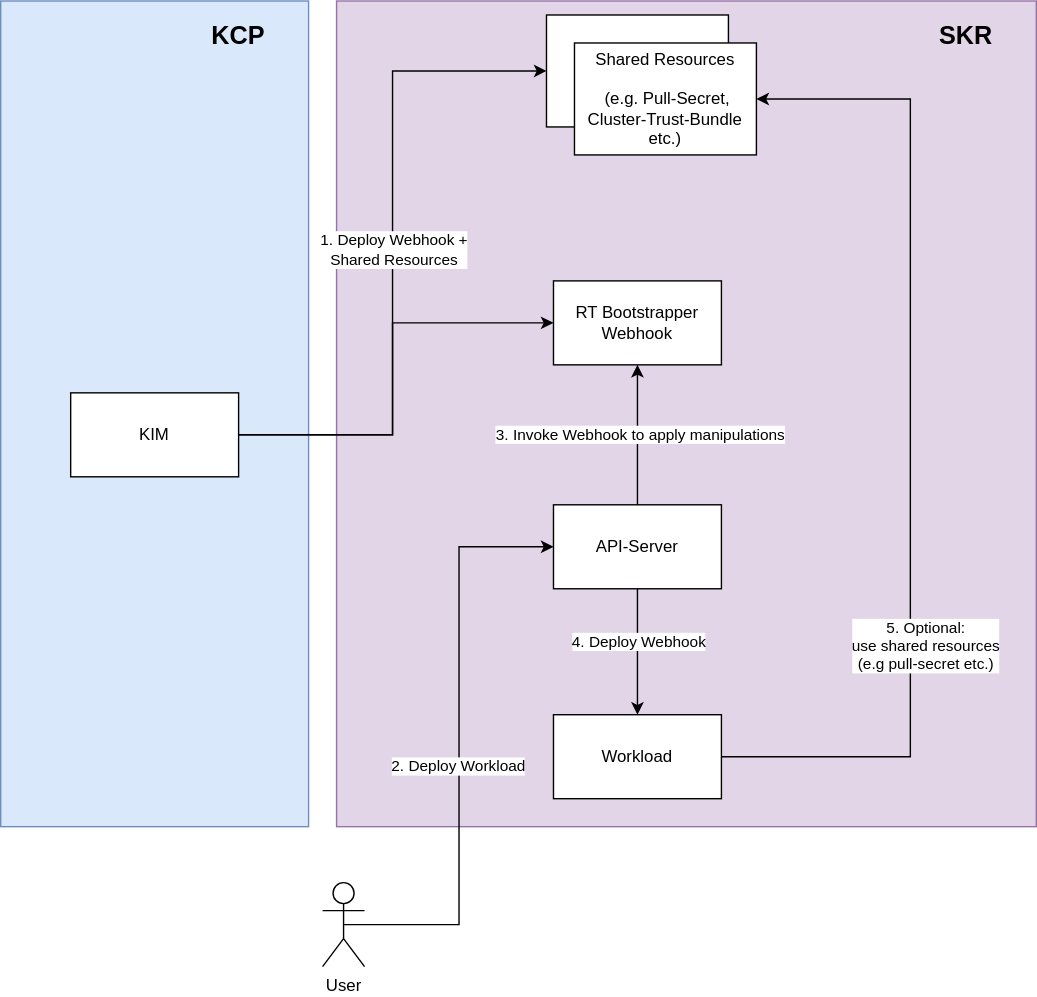
akgalwas/rt-bootstrapper keeps this draw.io diagram as docs/contributor/assets/high-level-arch.drawio.svg. Above is the earlier version. Source tidied: cells renumbered, new cells last; positions are measured from the earlier drawing's top-left corner, leaving out a move shared by most shapes. Source of this version:
```xml
<mxGraphModel>
  <root>
    <mxCell id="0" />
    <mxCell id="1" parent="0" />
    <mxCell id="2" style="rounded=0;whiteSpace=wrap;html=1;fillColor=#e1d5e7;strokeColor=#9673a6;" parent="1" vertex="1">
      <mxGeometry x="240" width="500" height="590" as="geometry" />
    </mxCell>
    <mxCell id="3" style="rounded=0;whiteSpace=wrap;html=1;fillColor=#dae8fc;strokeColor=#6c8ebf;" parent="1" vertex="1">
      <mxGeometry width="220" height="590" as="geometry" />
    </mxCell>
    <mxCell id="4" style="edgeStyle=orthogonalEdgeStyle;rounded=0;jettySize=auto;html=1;exitX=1;exitY=0.5;exitDx=0;exitDy=0;entryX=0;entryY=0.5;entryDx=0;entryDy=0;" parent="1" edge="1" source="7" target="13">
      <mxGeometry relative="1" as="geometry">
        <Array as="points">
          <mxPoint x="280" y="310" />
          <mxPoint x="280" y="230" />
        </Array>
      </mxGeometry>
    </mxCell>
    <mxCell id="5" style="edgeStyle=orthogonalEdgeStyle;rounded=0;jettySize=auto;html=1;exitX=1;exitY=0.5;exitDx=0;exitDy=0;entryX=0;entryY=0.5;entryDx=0;entryDy=0;" parent="1" edge="1" source="7" target="14">
      <mxGeometry relative="1" as="geometry" />
    </mxCell>
    <mxCell id="6" value="1. Deploy Webhook +&lt;div&gt;Shared Resources&lt;/div&gt;" style="edgeLabel;html=1;align=center;verticalAlign=middle;" parent="5" vertex="1">
      <mxGeometry x="0.01" relative="1" as="geometry" />
    </mxCell>
    <mxCell id="7" value="KIM" style="rounded=0;whiteSpace=wrap;html=1;" parent="1" vertex="1">
      <mxGeometry x="50" y="280" width="120" height="60" as="geometry" />
    </mxCell>
    <mxCell id="8" style="edgeStyle=orthogonalEdgeStyle;rounded=0;jettySize=auto;html=1;exitX=0.5;exitY=0;exitDx=0;exitDy=0;entryX=0.5;entryY=1;entryDx=0;entryDy=0;" parent="1" edge="1" source="12" target="13">
      <mxGeometry relative="1" as="geometry" />
    </mxCell>
    <mxCell id="9" value="3. Invoke Webhook to apply manipulations" style="edgeLabel;html=1;align=center;verticalAlign=middle;" parent="8" vertex="1">
      <mxGeometry x="0.02" y="-1" relative="1" as="geometry" />
    </mxCell>
    <mxCell id="10" style="edgeStyle=orthogonalEdgeStyle;rounded=0;jettySize=auto;html=1;exitX=0.5;exitY=1;exitDx=0;exitDy=0;entryX=0.5;entryY=0;entryDx=0;entryDy=0;" parent="1" edge="1" source="12" target="18">
      <mxGeometry relative="1" as="geometry" />
    </mxCell>
    <mxCell id="11" value="4. Deploy Webhook" style="edgeLabel;html=1;align=center;verticalAlign=middle;" parent="10" vertex="1">
      <mxGeometry x="-0.18" relative="1" as="geometry" />
    </mxCell>
    <mxCell id="12" value="API-Server" style="rounded=0;whiteSpace=wrap;html=1;" parent="1" vertex="1">
      <mxGeometry x="395" y="360" width="120" height="60" as="geometry" />
    </mxCell>
    <mxCell id="13" value="RT Bootstrapper&lt;div&gt;Webhook&lt;/div&gt;" style="rounded=0;whiteSpace=wrap;html=1;" parent="1" vertex="1">
      <mxGeometry x="395" y="200" width="120" height="60" as="geometry" />
    </mxCell>
    <mxCell id="14" style="rounded=0;whiteSpace=wrap;html=1;" parent="1" vertex="1">
      <mxGeometry x="390" y="10" width="130" height="80" as="geometry" />
    </mxCell>
    <mxCell id="15" value="Shared Resources&lt;div&gt;&lt;br&gt;&lt;/div&gt;&lt;div&gt;&amp;nbsp;(e.g. Pull-Secret, Cluster-Trust-Bundle etc.)&lt;/div&gt;" style="rounded=0;whiteSpace=wrap;html=1;" parent="1" vertex="1">
      <mxGeometry x="410" y="30" width="130" height="80" as="geometry" />
    </mxCell>
    <mxCell id="16" style="edgeStyle=orthogonalEdgeStyle;rounded=0;jettySize=auto;html=1;exitX=1;exitY=0.5;exitDx=0;exitDy=0;entryX=1;entryY=0.5;entryDx=0;entryDy=0;" parent="1" edge="1" source="18" target="15">
      <mxGeometry relative="1" as="geometry">
        <Array as="points">
          <mxPoint x="650" y="540" />
          <mxPoint x="650" y="70" />
        </Array>
      </mxGeometry>
    </mxCell>
    <mxCell id="17" value="5. Optional: &lt;br&gt;use shared resources&lt;div&gt;(e.g pull-secret etc.)&lt;/div&gt;" style="edgeLabel;html=1;align=center;verticalAlign=middle;" parent="16" vertex="1">
      <mxGeometry x="0.01" relative="1" as="geometry">
        <mxPoint x="10" y="147" as="offset" />
      </mxGeometry>
    </mxCell>
    <mxCell id="18" value="Workload" style="rounded=0;whiteSpace=wrap;html=1;" parent="1" vertex="1">
      <mxGeometry x="395" y="510" width="120" height="60" as="geometry" />
    </mxCell>
    <mxCell id="19" style="edgeStyle=orthogonalEdgeStyle;rounded=0;jettySize=auto;html=1;exitX=0.5;exitY=0.5;exitDx=0;exitDy=0;exitPerimeter=0;entryX=0;entryY=0.5;entryDx=0;entryDy=0;" parent="1" edge="1" source="21" target="12">
      <mxGeometry relative="1" as="geometry" />
    </mxCell>
    <mxCell id="20" value="2. Deploy Workload" style="edgeLabel;html=1;align=center;verticalAlign=middle;" parent="19" vertex="1">
      <mxGeometry x="-0.07" y="1" relative="1" as="geometry" />
    </mxCell>
    <mxCell id="21" value="User" style="shape=umlActor;verticalLabelPosition=bottom;verticalAlign=top;html=1;outlineConnect=0;" parent="1" vertex="1">
      <mxGeometry x="230" y="630" width="30" height="60" as="geometry" />
    </mxCell>
    <mxCell id="22" value="&lt;font style=&quot;font-size: 18px;&quot;&gt;&lt;b&gt;KCP&lt;/b&gt;&lt;/font&gt;" style="text;html=1;whiteSpace=wrap;strokeColor=none;fillColor=none;align=center;verticalAlign=middle;rounded=0;" parent="1" vertex="1">
      <mxGeometry x="140" y="10" width="60" height="30" as="geometry" />
    </mxCell>
    <mxCell id="23" value="&lt;font style=&quot;font-size: 18px;&quot;&gt;&lt;b&gt;SKR&lt;/b&gt;&lt;/font&gt;" style="text;html=1;whiteSpace=wrap;strokeColor=none;fillColor=none;align=center;verticalAlign=middle;rounded=0;" parent="1" vertex="1">
      <mxGeometry x="660" y="10" width="60" height="30" as="geometry" />
    </mxCell>
  </root>
</mxGraphModel>
```
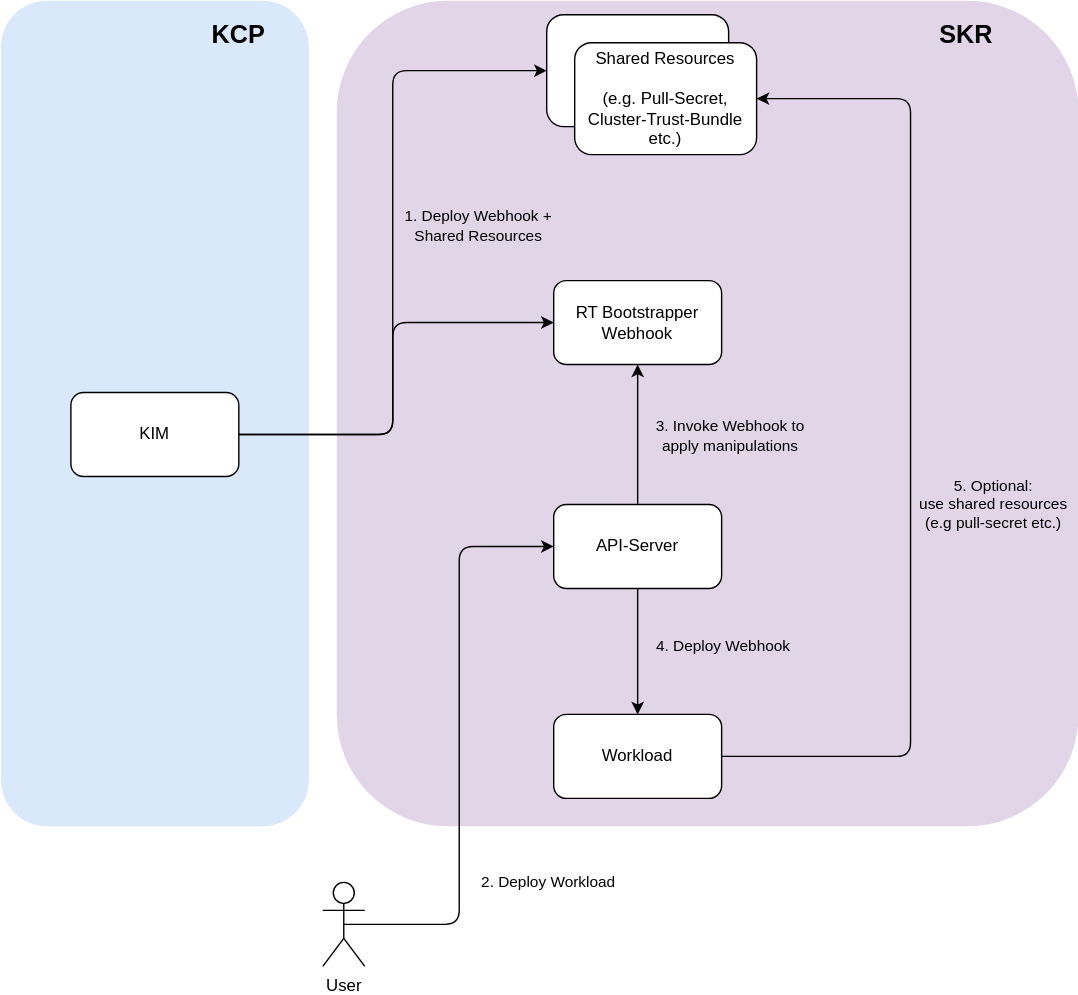
After the change.

The edit, as a diff of the source:
```diff
@@ -1,14 +1,14 @@
-<mxGraphModel>
+<mxGraphModel background="#ffffff">
   <root>
     <mxCell id="0" />
     <mxCell id="1" parent="0" />
-    <mxCell id="2" style="rounded=0;whiteSpace=wrap;html=1;fillColor=#e1d5e7;strokeColor=#9673a6;" parent="1" vertex="1">
-      <mxGeometry x="240" width="500" height="590" as="geometry" />
+    <mxCell id="2" style="rounded=1;whiteSpace=wrap;html=1;fillColor=#e1d5e7;strokeColor=none;" parent="1" vertex="1">
+      <mxGeometry x="240" width="530" height="590" as="geometry" />
     </mxCell>
-    <mxCell id="3" style="rounded=0;whiteSpace=wrap;html=1;fillColor=#dae8fc;strokeColor=#6c8ebf;" parent="1" vertex="1">
+    <mxCell id="3" style="rounded=1;whiteSpace=wrap;html=1;fillColor=#dae8fc;strokeColor=none;" parent="1" vertex="1">
       <mxGeometry width="220" height="590" as="geometry" />
     </mxCell>
-    <mxCell id="4" style="edgeStyle=orthogonalEdgeStyle;rounded=0;jettySize=auto;html=1;exitX=1;exitY=0.5;exitDx=0;exitDy=0;entryX=0;entryY=0.5;entryDx=0;entryDy=0;" parent="1" edge="1" source="7" target="13">
+    <mxCell id="4" style="edgeStyle=orthogonalEdgeStyle;rounded=1;jettySize=auto;html=1;exitX=1;exitY=0.5;exitDx=0;exitDy=0;entryX=0;entryY=0.5;entryDx=0;entryDy=0;curved=0;" parent="1" edge="1" source="7" target="13">
       <mxGeometry relative="1" as="geometry">
         <Array as="points">
           <mxPoint x="280" y="310" />
@@ -16,40 +16,46 @@
         </Array>
       </mxGeometry>
     </mxCell>
-    <mxCell id="5" style="edgeStyle=orthogonalEdgeStyle;rounded=0;jettySize=auto;html=1;exitX=1;exitY=0.5;exitDx=0;exitDy=0;entryX=0;entryY=0.5;entryDx=0;entryDy=0;" parent="1" edge="1" source="7" target="14">
+    <mxCell id="5" style="edgeStyle=orthogonalEdgeStyle;rounded=1;jettySize=auto;html=1;exitX=1;exitY=0.5;exitDx=0;exitDy=0;entryX=0;entryY=0.5;entryDx=0;entryDy=0;curved=0;" parent="1" edge="1" source="7" target="14">
       <mxGeometry relative="1" as="geometry" />
     </mxCell>
-    <mxCell id="6" value="1. Deploy Webhook +&lt;div&gt;Shared Resources&lt;/div&gt;" style="edgeLabel;html=1;align=center;verticalAlign=middle;" parent="5" vertex="1">
-      <mxGeometry x="0.01" relative="1" as="geometry" />
+    <mxCell id="6" value="1. Deploy Webhook +&lt;div&gt;Shared Resources&lt;/div&gt;" style="edgeLabel;html=1;align=center;verticalAlign=middle;labelBackgroundColor=none;" parent="5" vertex="1">
+      <mxGeometry x="0.01" relative="1" as="geometry">
+        <mxPoint x="60" y="-17" as="offset" />
+      </mxGeometry>
     </mxCell>
-    <mxCell id="7" value="KIM" style="rounded=0;whiteSpace=wrap;html=1;" parent="1" vertex="1">
+    <mxCell id="7" value="KIM" style="rounded=1;whiteSpace=wrap;html=1;" parent="1" vertex="1">
       <mxGeometry x="50" y="280" width="120" height="60" as="geometry" />
     </mxCell>
-    <mxCell id="8" style="edgeStyle=orthogonalEdgeStyle;rounded=0;jettySize=auto;html=1;exitX=0.5;exitY=0;exitDx=0;exitDy=0;entryX=0.5;entryY=1;entryDx=0;entryDy=0;" parent="1" edge="1" source="12" target="13">
+    <mxCell id="8" style="edgeStyle=orthogonalEdgeStyle;rounded=1;jettySize=auto;html=1;exitX=0.5;exitY=0;exitDx=0;exitDy=0;entryX=0.5;entryY=1;entryDx=0;entryDy=0;curved=0;" parent="1" edge="1" source="12" target="13">
       <mxGeometry relative="1" as="geometry" />
     </mxCell>
-    <mxCell id="9" value="3. Invoke Webhook to apply manipulations" style="edgeLabel;html=1;align=center;verticalAlign=middle;" parent="8" vertex="1">
-      <mxGeometry x="0.02" y="-1" relative="1" as="geometry" />
+    <mxCell id="9" value="3. Invoke Webhook to &lt;br&gt;apply manipulations" style="edgeLabel;html=1;align=center;verticalAlign=middle;labelBackgroundColor=none;" parent="8" vertex="1">
+      <mxGeometry x="0.02" y="-1" relative="1" as="geometry">
+        <mxPoint x="64" y="1" as="offset" />
+      </mxGeometry>
     </mxCell>
-    <mxCell id="10" style="edgeStyle=orthogonalEdgeStyle;rounded=0;jettySize=auto;html=1;exitX=0.5;exitY=1;exitDx=0;exitDy=0;entryX=0.5;entryY=0;entryDx=0;entryDy=0;" parent="1" edge="1" source="12" target="18">
+    <mxCell id="10" style="edgeStyle=orthogonalEdgeStyle;rounded=1;jettySize=auto;html=1;exitX=0.5;exitY=1;exitDx=0;exitDy=0;entryX=0.5;entryY=0;entryDx=0;entryDy=0;curved=0;" parent="1" edge="1" source="12" target="18">
       <mxGeometry relative="1" as="geometry" />
     </mxCell>
-    <mxCell id="11" value="4. Deploy Webhook" style="edgeLabel;html=1;align=center;verticalAlign=middle;" parent="10" vertex="1">
-      <mxGeometry x="-0.18" relative="1" as="geometry" />
+    <mxCell id="11" value="4. Deploy Webhook" style="edgeLabel;html=1;align=center;verticalAlign=middle;labelBackgroundColor=none;" parent="10" vertex="1">
+      <mxGeometry x="-0.18" relative="1" as="geometry">
+        <mxPoint x="60" y="3" as="offset" />
+      </mxGeometry>
     </mxCell>
-    <mxCell id="12" value="API-Server" style="rounded=0;whiteSpace=wrap;html=1;" parent="1" vertex="1">
+    <mxCell id="12" value="API-Server" style="rounded=1;whiteSpace=wrap;html=1;" parent="1" vertex="1">
       <mxGeometry x="395" y="360" width="120" height="60" as="geometry" />
     </mxCell>
-    <mxCell id="13" value="RT Bootstrapper&lt;div&gt;Webhook&lt;/div&gt;" style="rounded=0;whiteSpace=wrap;html=1;" parent="1" vertex="1">
+    <mxCell id="13" value="RT Bootstrapper&lt;div&gt;Webhook&lt;/div&gt;" style="rounded=1;whiteSpace=wrap;html=1;" parent="1" vertex="1">
       <mxGeometry x="395" y="200" width="120" height="60" as="geometry" />
     </mxCell>
-    <mxCell id="14" style="rounded=0;whiteSpace=wrap;html=1;" parent="1" vertex="1">
+    <mxCell id="14" style="rounded=1;whiteSpace=wrap;html=1;" parent="1" vertex="1">
       <mxGeometry x="390" y="10" width="130" height="80" as="geometry" />
     </mxCell>
-    <mxCell id="15" value="Shared Resources&lt;div&gt;&lt;br&gt;&lt;/div&gt;&lt;div&gt;&amp;nbsp;(e.g. Pull-Secret, Cluster-Trust-Bundle etc.)&lt;/div&gt;" style="rounded=0;whiteSpace=wrap;html=1;" parent="1" vertex="1">
+    <mxCell id="15" value="Shared Resources&lt;div&gt;&lt;br&gt;&lt;/div&gt;&lt;div&gt;&amp;nbsp;(e.g. Pull-Secret, Cluster-Trust-Bundle etc.)&lt;/div&gt;" style="rounded=1;whiteSpace=wrap;html=1;" parent="1" vertex="1">
       <mxGeometry x="410" y="30" width="130" height="80" as="geometry" />
     </mxCell>
-    <mxCell id="16" style="edgeStyle=orthogonalEdgeStyle;rounded=0;jettySize=auto;html=1;exitX=1;exitY=0.5;exitDx=0;exitDy=0;entryX=1;entryY=0.5;entryDx=0;entryDy=0;" parent="1" edge="1" source="18" target="15">
+    <mxCell id="16" style="edgeStyle=orthogonalEdgeStyle;rounded=1;jettySize=auto;html=1;exitX=1;exitY=0.5;exitDx=0;exitDy=0;entryX=1;entryY=0.5;entryDx=0;entryDy=0;curved=0;" parent="1" edge="1" source="18" target="15">
       <mxGeometry relative="1" as="geometry">
         <Array as="points">
           <mxPoint x="650" y="540" />
@@ -57,19 +63,21 @@
         </Array>
       </mxGeometry>
     </mxCell>
-    <mxCell id="17" value="5. Optional: &lt;br&gt;use shared resources&lt;div&gt;(e.g pull-secret etc.)&lt;/div&gt;" style="edgeLabel;html=1;align=center;verticalAlign=middle;" parent="16" vertex="1">
+    <mxCell id="17" value="5. Optional: &lt;br&gt;use shared resources&lt;div&gt;(e.g pull-secret etc.)&lt;/div&gt;" style="edgeLabel;html=1;align=center;verticalAlign=middle;labelBackgroundColor=none;" parent="16" vertex="1">
       <mxGeometry x="0.01" relative="1" as="geometry">
-        <mxPoint x="10" y="147" as="offset" />
+        <mxPoint x="58" y="46" as="offset" />
       </mxGeometry>
     </mxCell>
-    <mxCell id="18" value="Workload" style="rounded=0;whiteSpace=wrap;html=1;" parent="1" vertex="1">
+    <mxCell id="18" value="Workload" style="rounded=1;whiteSpace=wrap;html=1;" parent="1" vertex="1">
       <mxGeometry x="395" y="510" width="120" height="60" as="geometry" />
     </mxCell>
-    <mxCell id="19" style="edgeStyle=orthogonalEdgeStyle;rounded=0;jettySize=auto;html=1;exitX=0.5;exitY=0.5;exitDx=0;exitDy=0;exitPerimeter=0;entryX=0;entryY=0.5;entryDx=0;entryDy=0;" parent="1" edge="1" source="21" target="12">
+    <mxCell id="19" style="edgeStyle=orthogonalEdgeStyle;rounded=1;jettySize=auto;html=1;exitX=0.5;exitY=0.5;exitDx=0;exitDy=0;exitPerimeter=0;entryX=0;entryY=0.5;entryDx=0;entryDy=0;curved=0;" parent="1" edge="1" source="21" target="12">
       <mxGeometry relative="1" as="geometry" />
     </mxCell>
-    <mxCell id="20" value="2. Deploy Workload" style="edgeLabel;html=1;align=center;verticalAlign=middle;" parent="19" vertex="1">
-      <mxGeometry x="-0.07" y="1" relative="1" as="geometry" />
+    <mxCell id="20" value="2. Deploy Workload" style="edgeLabel;html=1;align=center;verticalAlign=middle;labelBackgroundColor=none;" parent="19" vertex="1">
+      <mxGeometry x="-0.07" y="1" relative="1" as="geometry">
+        <mxPoint x="64" y="83" as="offset" />
+      </mxGeometry>
     </mxCell>
     <mxCell id="21" value="User" style="shape=umlActor;verticalLabelPosition=bottom;verticalAlign=top;html=1;outlineConnect=0;" parent="1" vertex="1">
       <mxGeometry x="230" y="630" width="30" height="60" as="geometry" />
```
